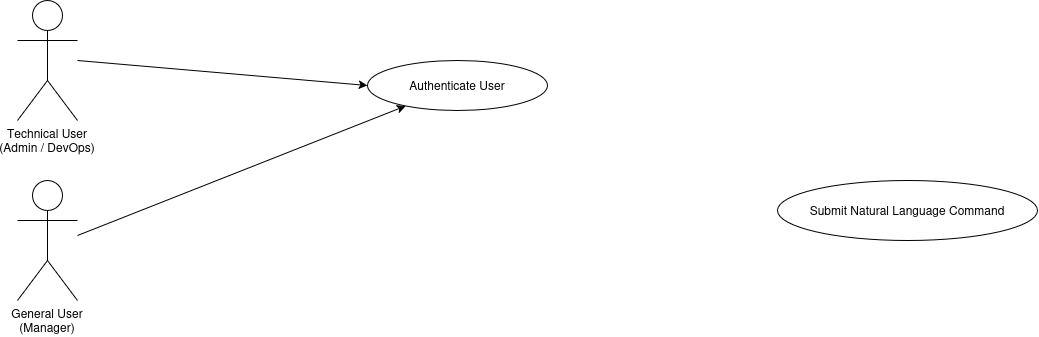
Above: 2_UML/uml_diagram.png in iampruh887/CS331 (draw.io), before the change. Source tidied: cells renumbered, new cells last; positions are measured from the earlier drawing's top-left corner, leaving out a move shared by most shapes.
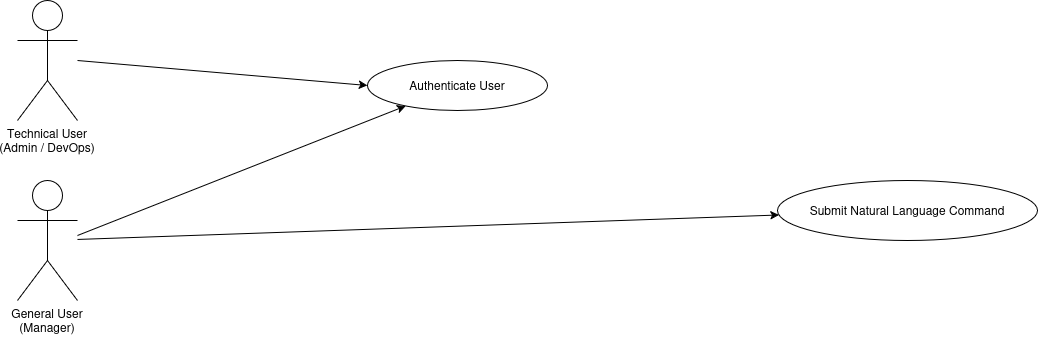
The same file after the commit.

The edit, as a diff of the source:
```diff
@@ -8,6 +8,9 @@
     <mxCell id="3" value="General User&#10;(Manager)" style="shape=umlActor;verticalLabelPosition=bottom;verticalAlign=top;" parent="1" vertex="1">
       <mxGeometry y="180" width="60" height="120" as="geometry" />
     </mxCell>
+    <mxCell id="8" parent="1" edge="1" source="3" target="7">
+      <mxGeometry relative="1" as="geometry" />
+    </mxCell>
     <mxCell id="4" parent="1" edge="1" target="6">
       <mxGeometry relative="1" as="geometry">
         <mxPoint x="60" y="235" as="sourcePoint" />
```
